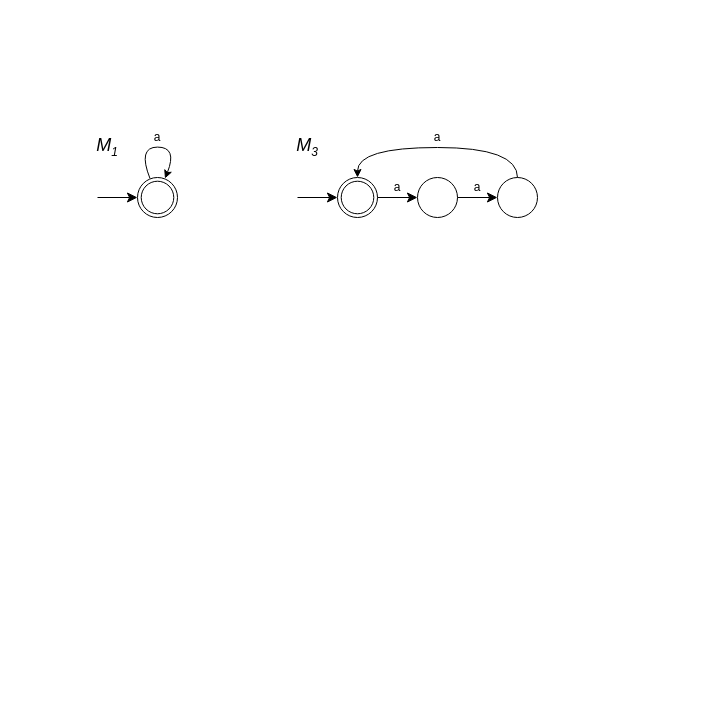
This is page "P1.36" (8 of 8) of Introduction.to.the.Theory.of.Computation.3e/Figures/Firgures.drawio from mehshan/tcs, a draw.io file, before an edit. Source tidied: cells renumbered, new cells numbered last; positions are measured from the earlier drawing's top-left corner, leaving out a move shared by most shapes. Both pictures are drawn from the tidied source at 100%, with x=0, y=0 at pixel (97, 127).
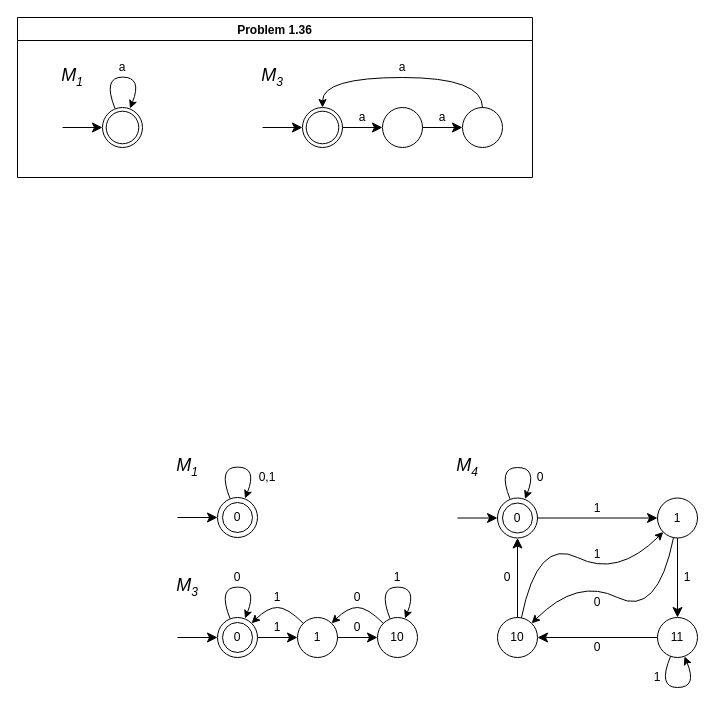
The same diagram, later.

What changed in the source:
```diff
@@
+    <mxCell id="18" value="Problem 1.36" style="swimlane;" parent="1" vertex="1">
+      <mxGeometry x="-80" y="-110" width="515" height="160" as="geometry" />
+    </mxCell>
-    <mxCell id="2" style="curved=1;endArrow=classic;html=1;rounded=0;" parent="1" edge="1">
+    <mxCell id="2" style="curved=1;endArrow=classic;html=1;rounded=0;" parent="18" edge="1">
       <mxGeometry relative="1" as="geometry">
-        <mxPoint x="52.5" y="51" as="sourcePoint" />
-        <mxPoint x="67.5" y="51" as="targetPoint" />
+        <mxPoint x="97.5" y="91" as="sourcePoint" />
+        <mxPoint x="112.5" y="91" as="targetPoint" />
         <Array as="points">
-          <mxPoint x="40" y="19.6" />
-          <mxPoint x="80" y="19.6" />
+          <mxPoint x="85" y="59.6" />
+          <mxPoint x="125" y="59.6" />
         </Array>
       </mxGeometry>
     </mxCell>
-    <mxCell id="3" style="verticalLabelPosition=bottom;verticalAlign=top;html=1;shape=mxgraph.basic.donut;dx=3.73;" parent="1" vertex="1">
-      <mxGeometry x="40" y="50" width="40" height="40" as="geometry" />
+    <mxCell id="3" style="verticalLabelPosition=bottom;verticalAlign=top;html=1;shape=mxgraph.basic.donut;dx=3.73;" parent="18" vertex="1">
+      <mxGeometry x="85" y="90" width="40" height="40" as="geometry" />
     </mxCell>
-    <mxCell id="4" style="ellipse;whiteSpace=wrap;html=1;" parent="1" vertex="1">
-      <mxGeometry x="320" y="50" width="40" height="40" as="geometry" />
+    <mxCell id="4" style="ellipse;whiteSpace=wrap;html=1;" parent="18" vertex="1">
+      <mxGeometry x="365" y="90" width="40" height="40" as="geometry" />
     </mxCell>
-    <mxCell id="5" style="endArrow=classic;html=1;rounded=0;strokeWidth=1;endSize=8;" parent="1" edge="1" target="3">
+    <mxCell id="5" style="endArrow=classic;html=1;rounded=0;strokeWidth=1;endSize=8;" parent="18" edge="1" target="3">
       <mxGeometry relative="1" as="geometry">
-        <mxPoint y="70" as="sourcePoint" />
+        <mxPoint x="45" y="110" as="sourcePoint" />
       </mxGeometry>
     </mxCell>
-    <mxCell id="6" value="a" style="text;html=1;align=center;verticalAlign=middle;whiteSpace=wrap;rounded=0;" parent="1" vertex="1">
-      <mxGeometry x="50" width="20" height="20" as="geometry" />
+    <mxCell id="6" value="a" style="text;html=1;align=center;verticalAlign=middle;whiteSpace=wrap;rounded=0;" parent="18" vertex="1">
+      <mxGeometry x="95" y="40" width="20" height="20" as="geometry" />
     </mxCell>
-    <mxCell id="7" style="verticalLabelPosition=bottom;verticalAlign=top;html=1;shape=mxgraph.basic.donut;dx=3.73;" parent="1" vertex="1">
-      <mxGeometry x="240" y="50" width="40" height="40" as="geometry" />
+    <mxCell id="7" style="verticalLabelPosition=bottom;verticalAlign=top;html=1;shape=mxgraph.basic.donut;dx=3.73;" parent="18" vertex="1">
+      <mxGeometry x="285" y="90" width="40" height="40" as="geometry" />
     </mxCell>
-    <mxCell id="8" style="endArrow=classic;html=1;rounded=0;strokeWidth=1;endSize=8;" parent="1" edge="1" target="7">
+    <mxCell id="8" style="endArrow=classic;html=1;rounded=0;strokeWidth=1;endSize=8;" parent="18" edge="1" target="7">
       <mxGeometry relative="1" as="geometry">
-        <mxPoint x="200" y="70" as="sourcePoint" />
+        <mxPoint x="245" y="110" as="sourcePoint" />
       </mxGeometry>
     </mxCell>
-    <mxCell id="9" value="a" style="text;html=1;align=center;verticalAlign=middle;whiteSpace=wrap;rounded=0;" parent="1" vertex="1">
-      <mxGeometry x="290" y="50" width="20" height="20" as="geometry" />
+    <mxCell id="9" value="a" style="text;html=1;align=center;verticalAlign=middle;whiteSpace=wrap;rounded=0;" parent="18" vertex="1">
+      <mxGeometry x="335" y="90" width="20" height="20" as="geometry" />
     </mxCell>
-    <mxCell id="10" style="ellipse;whiteSpace=wrap;html=1;" parent="1" vertex="1">
-      <mxGeometry x="400" y="50" width="40" height="40" as="geometry" />
+    <mxCell id="10" style="ellipse;whiteSpace=wrap;html=1;" parent="18" vertex="1">
+      <mxGeometry x="445" y="90" width="40" height="40" as="geometry" />
     </mxCell>
-    <mxCell id="11" style="endArrow=classic;html=1;rounded=0;strokeWidth=1;endSize=8;" parent="1" edge="1" source="7" target="4">
+    <mxCell id="11" style="endArrow=classic;html=1;rounded=0;strokeWidth=1;endSize=8;" parent="18" edge="1" source="7" target="4">
       <mxGeometry relative="1" as="geometry" />
     </mxCell>
-    <mxCell id="12" style="endArrow=classic;html=1;rounded=0;strokeWidth=1;endSize=8;" parent="1" edge="1" source="4" target="10">
+    <mxCell id="12" style="endArrow=classic;html=1;rounded=0;strokeWidth=1;endSize=8;" parent="18" edge="1" source="4" target="10">
       <mxGeometry relative="1" as="geometry" />
     </mxCell>
-    <mxCell id="13" style="curved=1;endArrow=classic;html=1;rounded=0;" parent="1" edge="1" source="10" target="7">
+    <mxCell id="13" style="curved=1;endArrow=classic;html=1;rounded=0;" parent="18" edge="1" source="10" target="7">
       <mxGeometry relative="1" as="geometry">
         <Array as="points">
-          <mxPoint x="420" y="20" />
-          <mxPoint x="260" y="20" />
+          <mxPoint x="465" y="60" />
+          <mxPoint x="305" y="60" />
         </Array>
       </mxGeometry>
     </mxCell>
-    <mxCell id="14" value="a" style="text;html=1;align=center;verticalAlign=middle;whiteSpace=wrap;rounded=0;" parent="1" vertex="1">
-      <mxGeometry x="370" y="50" width="20" height="20" as="geometry" />
+    <mxCell id="14" value="a" style="text;html=1;align=center;verticalAlign=middle;whiteSpace=wrap;rounded=0;" parent="18" vertex="1">
+      <mxGeometry x="415" y="90" width="20" height="20" as="geometry" />
     </mxCell>
-    <mxCell id="15" value="a" style="text;html=1;align=center;verticalAlign=middle;whiteSpace=wrap;rounded=0;" parent="1" vertex="1">
-      <mxGeometry x="330" width="20" height="20" as="geometry" />
+    <mxCell id="15" value="a" style="text;html=1;align=center;verticalAlign=middle;whiteSpace=wrap;rounded=0;" parent="18" vertex="1">
+      <mxGeometry x="375" y="40" width="20" height="20" as="geometry" />
     </mxCell>
-    <mxCell id="16" value="M&lt;sub style=&quot;&quot;&gt;&lt;font style=&quot;font-size: 12px;&quot;&gt;3&lt;/font&gt;&lt;/sub&gt;" style="text;align=center;verticalAlign=middle;whiteSpace=wrap;rounded=0;fontSize=18;textShadow=0;html=1;fontStyle=2;" parent="1" vertex="1">
-      <mxGeometry x="200" y="10" width="20" height="20" as="geometry" />
+    <mxCell id="16" value="M&lt;sub style=&quot;&quot;&gt;&lt;font style=&quot;font-size: 12px;&quot;&gt;3&lt;/font&gt;&lt;/sub&gt;" style="text;align=center;verticalAlign=middle;whiteSpace=wrap;rounded=0;fontSize=18;textShadow=0;html=1;fontStyle=2;" parent="18" vertex="1">
+      <mxGeometry x="245" y="50" width="20" height="20" as="geometry" />
     </mxCell>
-    <mxCell id="17" value="M&lt;sub style=&quot;&quot;&gt;&lt;font style=&quot;font-size: 12px;&quot;&gt;1&lt;/font&gt;&lt;/sub&gt;" style="text;align=center;verticalAlign=middle;whiteSpace=wrap;rounded=0;fontSize=18;textShadow=0;html=1;fontStyle=2;" parent="1" vertex="1">
-      <mxGeometry y="10" width="20" height="20" as="geometry" />
+    <mxCell id="17" value="M&lt;sub style=&quot;&quot;&gt;&lt;font style=&quot;font-size: 12px;&quot;&gt;1&lt;/font&gt;&lt;/sub&gt;" style="text;align=center;verticalAlign=middle;whiteSpace=wrap;rounded=0;fontSize=18;textShadow=0;html=1;fontStyle=2;" parent="18" vertex="1">
+      <mxGeometry x="45" y="50" width="20" height="20" as="geometry" />
     </mxCell>
+    <mxCell id="19" style="curved=1;endArrow=classic;html=1;rounded=0;" parent="1" edge="1">
+      <mxGeometry relative="1" as="geometry">
+        <mxPoint x="132.5" y="371" as="sourcePoint" />
+        <mxPoint x="147.5" y="371" as="targetPoint" />
+        <Array as="points">
+          <mxPoint x="120" y="339.6" />
+          <mxPoint x="160" y="339.6" />
+        </Array>
+      </mxGeometry>
+    </mxCell>
+    <mxCell id="20" style="endArrow=classic;html=1;rounded=0;strokeWidth=1;endSize=8;entryX=0;entryY=0.5;entryDx=0;entryDy=0;" parent="1" edge="1" target="43">
+      <mxGeometry relative="1" as="geometry">
+        <mxPoint x="80" y="390" as="sourcePoint" />
+      </mxGeometry>
+    </mxCell>
+    <mxCell id="21" value="0,1" style="text;html=1;align=center;verticalAlign=middle;whiteSpace=wrap;rounded=0;" parent="1" vertex="1">
+      <mxGeometry x="160" y="340" width="20" height="20" as="geometry" />
+    </mxCell>
+    <mxCell id="22" value="M&lt;sub style=&quot;&quot;&gt;&lt;font style=&quot;font-size: 12px;&quot;&gt;1&lt;/font&gt;&lt;/sub&gt;" style="text;align=center;verticalAlign=middle;whiteSpace=wrap;rounded=0;fontSize=18;textShadow=0;html=1;fontStyle=2;" parent="1" vertex="1">
+      <mxGeometry x="80" y="330" width="20" height="20" as="geometry" />
+    </mxCell>
+    <mxCell id="23" value="1" style="ellipse;whiteSpace=wrap;html=1;" parent="1" vertex="1">
+      <mxGeometry x="200" y="490" width="40" height="40" as="geometry" />
+    </mxCell>
+    <mxCell id="24" style="endArrow=classic;html=1;rounded=0;strokeWidth=1;endSize=8;" parent="1" edge="1">
+      <mxGeometry relative="1" as="geometry">
+        <mxPoint x="80" y="510" as="sourcePoint" />
+        <mxPoint x="120" y="510" as="targetPoint" />
+      </mxGeometry>
+    </mxCell>
+    <mxCell id="25" value="1" style="text;html=1;align=center;verticalAlign=middle;whiteSpace=wrap;rounded=0;" parent="1" vertex="1">
+      <mxGeometry x="170" y="490" width="20" height="20" as="geometry" />
+    </mxCell>
+    <mxCell id="26" value="10" style="ellipse;whiteSpace=wrap;html=1;" parent="1" vertex="1">
+      <mxGeometry x="280" y="490" width="40" height="40" as="geometry" />
+    </mxCell>
+    <mxCell id="27" style="endArrow=classic;html=1;rounded=0;strokeWidth=1;endSize=8;" parent="1" edge="1" target="23">
+      <mxGeometry relative="1" as="geometry">
+        <mxPoint x="160" y="510" as="sourcePoint" />
+      </mxGeometry>
+    </mxCell>
+    <mxCell id="28" style="endArrow=classic;html=1;rounded=0;strokeWidth=1;endSize=8;" parent="1" edge="1" source="23" target="26">
+      <mxGeometry relative="1" as="geometry" />
+    </mxCell>
+    <mxCell id="29" value="0" style="text;html=1;align=center;verticalAlign=middle;whiteSpace=wrap;rounded=0;" parent="1" vertex="1">
+      <mxGeometry x="250" y="490" width="20" height="20" as="geometry" />
+    </mxCell>
+    <mxCell id="30" value="0" style="text;html=1;align=center;verticalAlign=middle;whiteSpace=wrap;rounded=0;" parent="1" vertex="1">
+      <mxGeometry x="250" y="460" width="20" height="20" as="geometry" />
+    </mxCell>
+    <mxCell id="31" value="M&lt;sub style=&quot;&quot;&gt;&lt;font style=&quot;font-size: 12px;&quot;&gt;3&lt;/font&gt;&lt;/sub&gt;" style="text;align=center;verticalAlign=middle;whiteSpace=wrap;rounded=0;fontSize=18;textShadow=0;html=1;fontStyle=2;" parent="1" vertex="1">
+      <mxGeometry x="80" y="450" width="20" height="20" as="geometry" />
+    </mxCell>
+    <mxCell id="32" style="curved=1;endArrow=classic;html=1;rounded=0;" parent="1" edge="1">
+      <mxGeometry relative="1" as="geometry">
+        <mxPoint x="132.5" y="491" as="sourcePoint" />
+        <mxPoint x="147.5" y="491" as="targetPoint" />
+        <Array as="points">
+          <mxPoint x="120" y="459.6" />
+          <mxPoint x="160" y="459.6" />
+        </Array>
+      </mxGeometry>
+    </mxCell>
+    <mxCell id="33" style="curved=1;endArrow=classic;html=1;rounded=0;" parent="1" edge="1">
+      <mxGeometry relative="1" as="geometry">
+        <mxPoint x="292.5" y="491" as="sourcePoint" />
+        <mxPoint x="307.5" y="491" as="targetPoint" />
+        <Array as="points">
+          <mxPoint x="280" y="459.6" />
+          <mxPoint x="320" y="459.6" />
+        </Array>
+      </mxGeometry>
+    </mxCell>
+    <mxCell id="34" value="1" style="text;html=1;align=center;verticalAlign=middle;whiteSpace=wrap;rounded=0;" parent="1" vertex="1">
+      <mxGeometry x="290" y="440" width="20" height="20" as="geometry" />
+    </mxCell>
+    <mxCell id="35" value="0" style="text;html=1;align=center;verticalAlign=middle;whiteSpace=wrap;rounded=0;" parent="1" vertex="1">
+      <mxGeometry x="130" y="440" width="20" height="20" as="geometry" />
+    </mxCell>
+    <mxCell id="36" style="curved=1;endArrow=classic;html=1;rounded=0;" parent="1" edge="1" source="26" target="23">
+      <mxGeometry relative="1" as="geometry">
+        <Array as="points">
+          <mxPoint x="270" y="480" />
+          <mxPoint x="250" y="480" />
+        </Array>
+      </mxGeometry>
+    </mxCell>
+    <mxCell id="37" style="curved=1;endArrow=classic;html=1;rounded=0;" parent="1" edge="1" source="23" target="39">
+      <mxGeometry relative="1" as="geometry">
+        <Array as="points">
+          <mxPoint x="190" y="480" />
+          <mxPoint x="170" y="480" />
+        </Array>
+      </mxGeometry>
+    </mxCell>
+    <mxCell id="38" style="group;" parent="1" vertex="1">
+      <mxGeometry x="120" y="490" width="40" height="40" as="geometry" />
+    </mxCell>
+    <mxCell id="39" style="ellipse;whiteSpace=wrap;html=1;" parent="38" vertex="1">
+      <mxGeometry width="40" height="40" as="geometry" />
+    </mxCell>
+    <mxCell id="40" value="0" style="ellipse;whiteSpace=wrap;html=1;" parent="38" vertex="1">
+      <mxGeometry x="5" y="5" width="30" height="30" as="geometry" />
+    </mxCell>
+    <mxCell id="41" value="1" style="text;html=1;align=center;verticalAlign=middle;whiteSpace=wrap;rounded=0;" parent="1" vertex="1">
+      <mxGeometry x="170" y="460" width="20" height="20" as="geometry" />
+    </mxCell>
+    <mxCell id="42" style="group;" parent="1" vertex="1">
+      <mxGeometry x="120" y="370" width="40" height="40" as="geometry" />
+    </mxCell>
+    <mxCell id="43" style="ellipse;whiteSpace=wrap;html=1;" parent="42" vertex="1">
+      <mxGeometry width="40" height="40" as="geometry" />
+    </mxCell>
+    <mxCell id="44" value="0" style="ellipse;whiteSpace=wrap;html=1;" parent="42" vertex="1">
+      <mxGeometry x="5" y="5" width="30" height="30" as="geometry" />
+    </mxCell>
+    <mxCell id="45" value="1" style="ellipse;whiteSpace=wrap;html=1;" parent="1" vertex="1">
+      <mxGeometry x="560" y="370.5" width="40" height="40" as="geometry" />
+    </mxCell>
+    <mxCell id="46" value="11" style="ellipse;whiteSpace=wrap;html=1;" parent="1" vertex="1">
+      <mxGeometry x="560" y="490" width="40" height="40" as="geometry" />
+    </mxCell>
+    <mxCell id="47" style="endArrow=classic;html=1;rounded=0;strokeWidth=1;endSize=8;" parent="1" edge="1" source="49" target="45">
+      <mxGeometry relative="1" as="geometry" />
+    </mxCell>
+    <mxCell id="48" style="endArrow=classic;html=1;rounded=0;strokeWidth=1;endSize=8;" parent="1" edge="1" source="45" target="46">
+      <mxGeometry relative="1" as="geometry" />
+    </mxCell>
+    <mxCell id="49" style="ellipse;whiteSpace=wrap;html=1;" parent="1" vertex="1">
+      <mxGeometry x="400" y="370.5" width="40" height="40" as="geometry" />
+    </mxCell>
+    <mxCell id="50" value="0" style="ellipse;whiteSpace=wrap;html=1;" parent="1" vertex="1">
+      <mxGeometry x="405" y="375.5" width="30" height="30" as="geometry" />
+    </mxCell>
+    <mxCell id="51" value="10" style="ellipse;whiteSpace=wrap;html=1;" parent="1" vertex="1">
+      <mxGeometry x="400" y="490" width="40" height="40" as="geometry" />
+    </mxCell>
+    <mxCell id="52" style="endArrow=classic;html=1;rounded=0;strokeWidth=1;endSize=8;" parent="1" edge="1" source="46" target="51">
+      <mxGeometry relative="1" as="geometry" />
+    </mxCell>
+    <mxCell id="53" style="endArrow=classic;html=1;rounded=0;strokeWidth=1;endSize=8;" parent="1" edge="1" source="51" target="49">
+      <mxGeometry relative="1" as="geometry" />
+    </mxCell>
+    <mxCell id="54" style="endArrow=classic;html=1;rounded=0;strokeWidth=1;endSize=8;" parent="1" edge="1" target="49">
+      <mxGeometry relative="1" as="geometry">
+        <mxPoint x="360" y="390.5" as="sourcePoint" />
+      </mxGeometry>
+    </mxCell>
+    <mxCell id="55" style="curved=1;endArrow=classic;html=1;rounded=0;" parent="1" edge="1">
+      <mxGeometry relative="1" as="geometry">
+        <mxPoint x="412.5" y="371.4" as="sourcePoint" />
+        <mxPoint x="427.5" y="371.5" as="targetPoint" />
+        <Array as="points">
+          <mxPoint x="400" y="340" />
+          <mxPoint x="440" y="340" />
+        </Array>
+      </mxGeometry>
+    </mxCell>
+    <mxCell id="56" value="0" style="text;html=1;align=center;verticalAlign=middle;whiteSpace=wrap;rounded=0;" parent="1" vertex="1">
+      <mxGeometry x="433" y="340" width="20" height="20" as="geometry" />
+    </mxCell>
+    <mxCell id="57" value="M&lt;sub style=&quot;&quot;&gt;&lt;font style=&quot;font-size: 12px;&quot;&gt;4&lt;/font&gt;&lt;/sub&gt;" style="text;align=center;verticalAlign=middle;whiteSpace=wrap;rounded=0;fontSize=18;textShadow=0;html=1;fontStyle=2;" parent="1" vertex="1">
+      <mxGeometry x="360" y="330" width="20" height="20" as="geometry" />
+    </mxCell>
+    <mxCell id="58" style="curved=1;endArrow=classic;html=1;rounded=0;" parent="1" edge="1" source="51" target="45">
+      <mxGeometry relative="1" as="geometry">
+        <Array as="points">
+          <mxPoint x="440" y="410" />
+          <mxPoint x="520" y="450" />
+        </Array>
+      </mxGeometry>
+    </mxCell>
+    <mxCell id="59" style="curved=1;endArrow=classic;html=1;rounded=0;" parent="1" edge="1" source="45" target="51">
+      <mxGeometry relative="1" as="geometry">
+        <Array as="points">
+          <mxPoint x="560" y="490" />
+          <mxPoint x="480" y="450" />
+        </Array>
+      </mxGeometry>
+    </mxCell>
+    <mxCell id="60" value="1" style="text;html=1;align=center;verticalAlign=middle;whiteSpace=wrap;rounded=0;" parent="1" vertex="1">
+      <mxGeometry x="490" y="370.5" width="20" height="20" as="geometry" />
+    </mxCell>
+    <mxCell id="61" value="0" style="text;html=1;align=center;verticalAlign=middle;whiteSpace=wrap;rounded=0;" parent="1" vertex="1">
+      <mxGeometry x="400" y="440" width="20" height="20" as="geometry" />
+    </mxCell>
+    <mxCell id="62" value="1" style="text;html=1;align=center;verticalAlign=middle;whiteSpace=wrap;rounded=0;" parent="1" vertex="1">
+      <mxGeometry x="580" y="440" width="20" height="20" as="geometry" />
+    </mxCell>
+    <mxCell id="63" value="0" style="text;html=1;align=center;verticalAlign=middle;whiteSpace=wrap;rounded=0;" parent="1" vertex="1">
+      <mxGeometry x="490" y="510" width="20" height="20" as="geometry" />
+    </mxCell>
+    <mxCell id="64" value="1" style="text;html=1;align=center;verticalAlign=middle;whiteSpace=wrap;rounded=0;" parent="1" vertex="1">
+      <mxGeometry x="490" y="416.5" width="20" height="20" as="geometry" />
+    </mxCell>
+    <mxCell id="65" value="0" style="text;html=1;align=center;verticalAlign=middle;whiteSpace=wrap;rounded=0;" parent="1" vertex="1">
+      <mxGeometry x="490" y="465" width="20" height="20" as="geometry" />
+    </mxCell>
+    <mxCell id="66" style="curved=1;endArrow=classic;html=1;rounded=0;" parent="1" edge="1">
+      <mxGeometry relative="1" as="geometry">
+        <mxPoint x="573" y="529" as="sourcePoint" />
+        <mxPoint x="587" y="529" as="targetPoint" />
+        <Array as="points">
+          <mxPoint x="560" y="560" />
+          <mxPoint x="600" y="560" />
+        </Array>
+      </mxGeometry>
+    </mxCell>
+    <mxCell id="67" value="1" style="text;html=1;align=center;verticalAlign=middle;whiteSpace=wrap;rounded=0;" parent="1" vertex="1">
+      <mxGeometry x="550" y="540" width="20" height="20" as="geometry" />
+    </mxCell>
```
